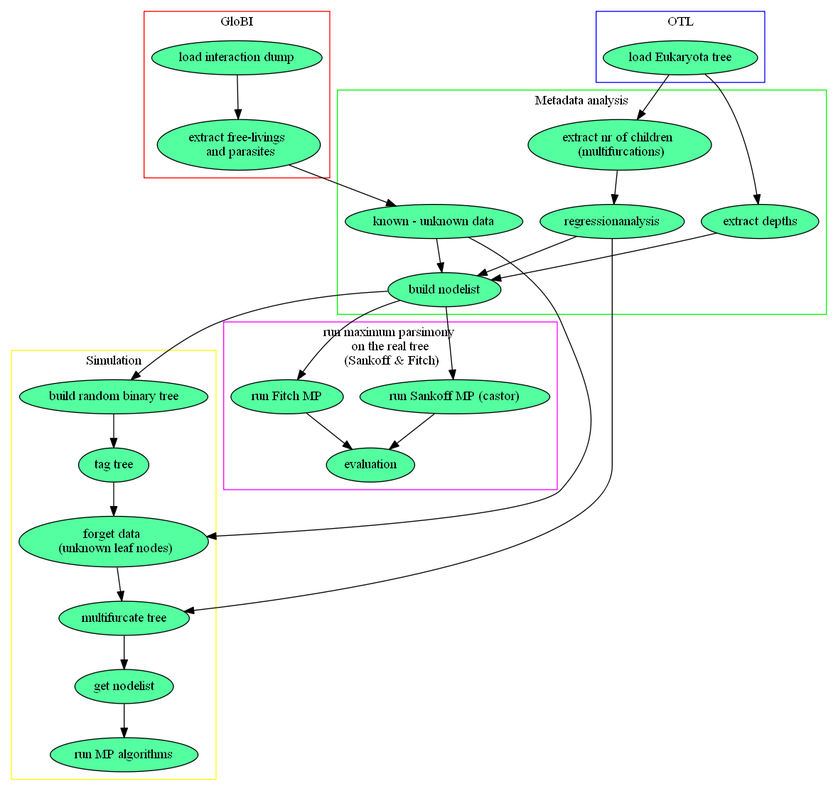
The Graphviz diagram Paper - Latex/Figures/Workflow.png in Irallia/IZW-HU-Parasites, before a commit. Its source is kept beside it as Paper - Latex/Figures/Workflow.gv. Source of this version:
```dot
digraph G {
	node [style=filled, fillcolor=seagreen1];

	subgraph cluster_0 {
		label = "GloBI";
		color=red;
		a0 -> a1;

	}

	a0 [label = "load interaction dump"]
	a1 [label = "extract free-livings \n and parasites"]

	subgraph cluster_1 {
		label = "OTL";
		node [style=filled];
		b0;
		color=blue
	}

	b0 [label = "load Eukaryota tree"]

	subgraph cluster_2 {
		label = "Metadata analysis";
		c0 -> c4;
		c1 -> c4;
		c2 -> c3 -> c4;

		color=green
	}

	c0 [label = "known - unknown data"]
	c1 [label = "extract depths"]
	c2 [label = "extract nr of children \n (multifurcations)"]
	c3 [label = "regressionanalysis"]
	c4 [label = "build nodelist"]

	subgraph cluster_3 {
		label = "Simulation";
		node [style=filled];
		d0 -> d1 -> d2 -> d3 -> d4 -> d5;
		color=yellow
	}

	d0 [label = "build random binary tree"]
	d1 [label = "tag tree"]
	d2 [label = "forget data \n (unknown leaf nodes)"]
	d3 [label = "multifurcate tree"]
	d4 [label = "get nodelist"]
	d5 [label = "run MP algorithms"]

	subgraph cluster_4 {
		label = "run maximum parsimony \n on the real tree \n (Sankoff & Fitch)";
		node [style=filled];
		e0 -> e2;
		e1 -> e2;
		color=magenta
	}

	e0 [label = "run Sankoff MP (castor)"]
	e1 [label = "run Fitch MP"]
	e2 [label = "evaluation"]

	a1 -> c0
	b0 -> c1;
	b0 -> c2;
	c0 -> d2;
	c3 -> d3;
	c4 -> d0;
	c4 -> e0;
	c4 -> e1;
}
```
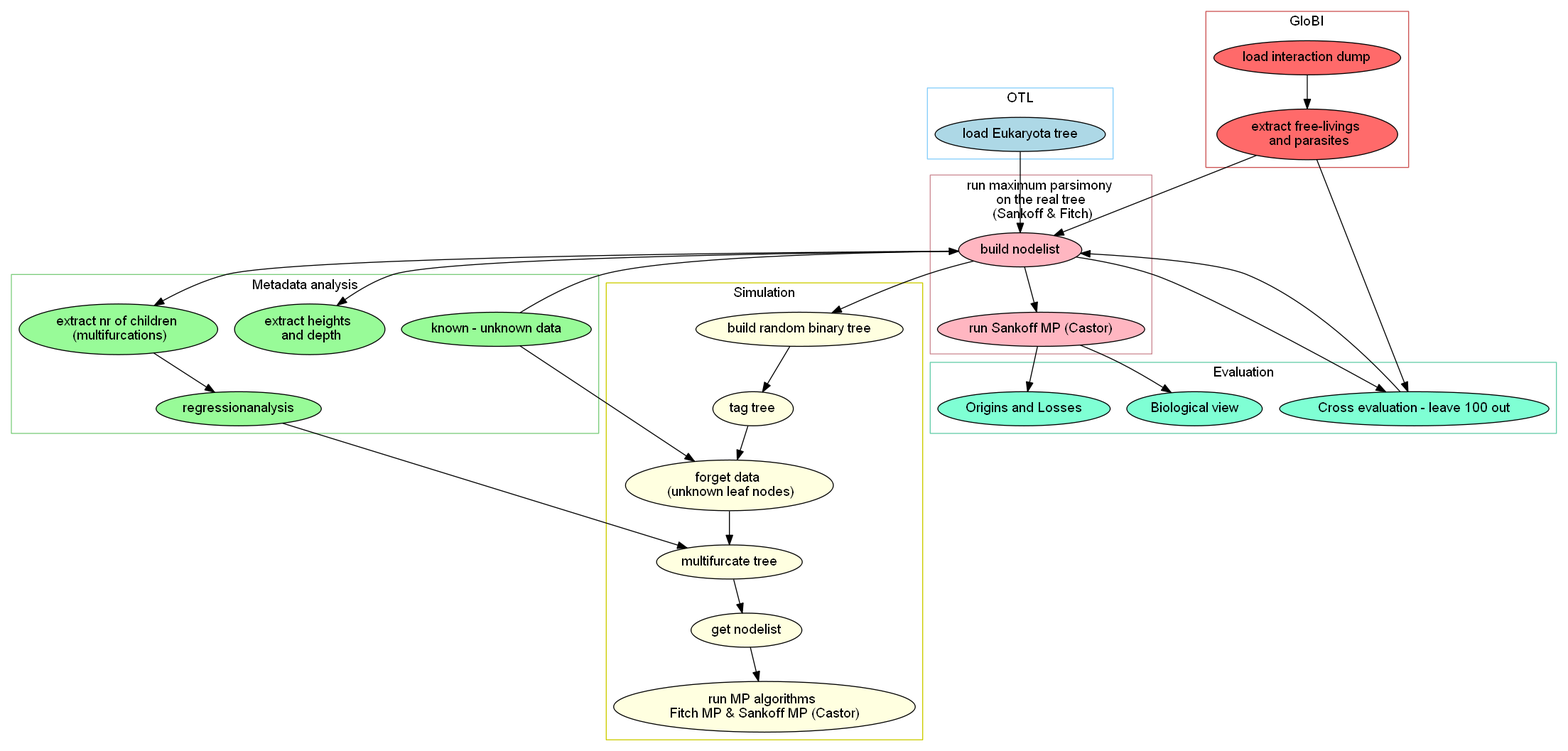
After the commit.

What changed in the source:
```diff
@@ -1,11 +1,12 @@
 digraph G {
-	node [style=filled, fillcolor=seagreen1];
+	graph[fontname="arial"]
+	node [style=filled, fontname="arial"];
 
 	subgraph cluster_0 {
 		label = "GloBI";
-		color=red;
+		node [fillcolor=indianred1];
+		color=indianred3;
 		a0 -> a1;
-
 	}
 
 	a0 [label = "load interaction dump"]
@@ -13,33 +14,32 @@
 
 	subgraph cluster_1 {
 		label = "OTL";
-		node [style=filled];
+		node [fillcolor=lightblue];
+		color=lightskyblue
 		b0;
-		color=blue
 	}
 
 	b0 [label = "load Eukaryota tree"]
 
 	subgraph cluster_2 {
 		label = "Metadata analysis";
-		c0 -> c4;
-		c1 -> c4;
-		c2 -> c3 -> c4;
-
-		color=green
+		node [fillcolor=palegreen];
+		color=palegreen3
+		c0;
+		c1;
+		c2 -> c3;
 	}
 
 	c0 [label = "known - unknown data"]
-	c1 [label = "extract depths"]
+	c1 [label = "extract heights \n and depth"]
 	c2 [label = "extract nr of children \n (multifurcations)"]
 	c3 [label = "regressionanalysis"]
-	c4 [label = "build nodelist"]
 
 	subgraph cluster_3 {
 		label = "Simulation";
-		node [style=filled];
+		node [fillcolor=lightyellow];
+		color=yellow3
 		d0 -> d1 -> d2 -> d3 -> d4 -> d5;
-		color=yellow
 	}
 
 	d0 [label = "build random binary tree"]
@@ -47,26 +47,42 @@
 	d2 [label = "forget data \n (unknown leaf nodes)"]
 	d3 [label = "multifurcate tree"]
 	d4 [label = "get nodelist"]
-	d5 [label = "run MP algorithms"]
+	d5 [label = "run MP algorithms \n Fitch MP & Sankoff MP (Castor) "]
 
 	subgraph cluster_4 {
 		label = "run maximum parsimony \n on the real tree \n (Sankoff & Fitch)";
-		node [style=filled];
-		e0 -> e2;
-		e1 -> e2;
-		color=magenta
+		node [fillcolor=lightpink];
+		color=lightpink3
+		e0 -> e1;
 	}
 
-	e0 [label = "run Sankoff MP (castor)"]
-	e1 [label = "run Fitch MP"]
-	e2 [label = "evaluation"]
+	e0 [label = "build nodelist"]
+	e1 [label = "run Sankoff MP (Castor)"]
 
-	a1 -> c0
-	b0 -> c1;
-	b0 -> c2;
+	subgraph cluster_5 {
+		label = "Evaluation";
+		node [fillcolor=aquamarine];
+		color=aquamarine3
+		f0;
+		f1;
+		f2;
+	}
+
+	f0 [label = "Biological view"]
+	f1 [label = "Origins and Losses"]
+	f2 [label = "Cross evaluation - leave 100 out"]
+
+	a1 -> e0;
+	a1 -> f2;
+	b0 -> e0;
 	c0 -> d2;
+	c0 -> e0;
 	c3 -> d3;
-	c4 -> d0;
-	c4 -> e0;
-	c4 -> e1;
+	e0 -> c1;
+	e0 -> c2;
+	e0 -> d0;
+	e0 -> f2;
+	e1 -> f0;
+	e1 -> f1;
+	f2 -> e0;
 }
```
